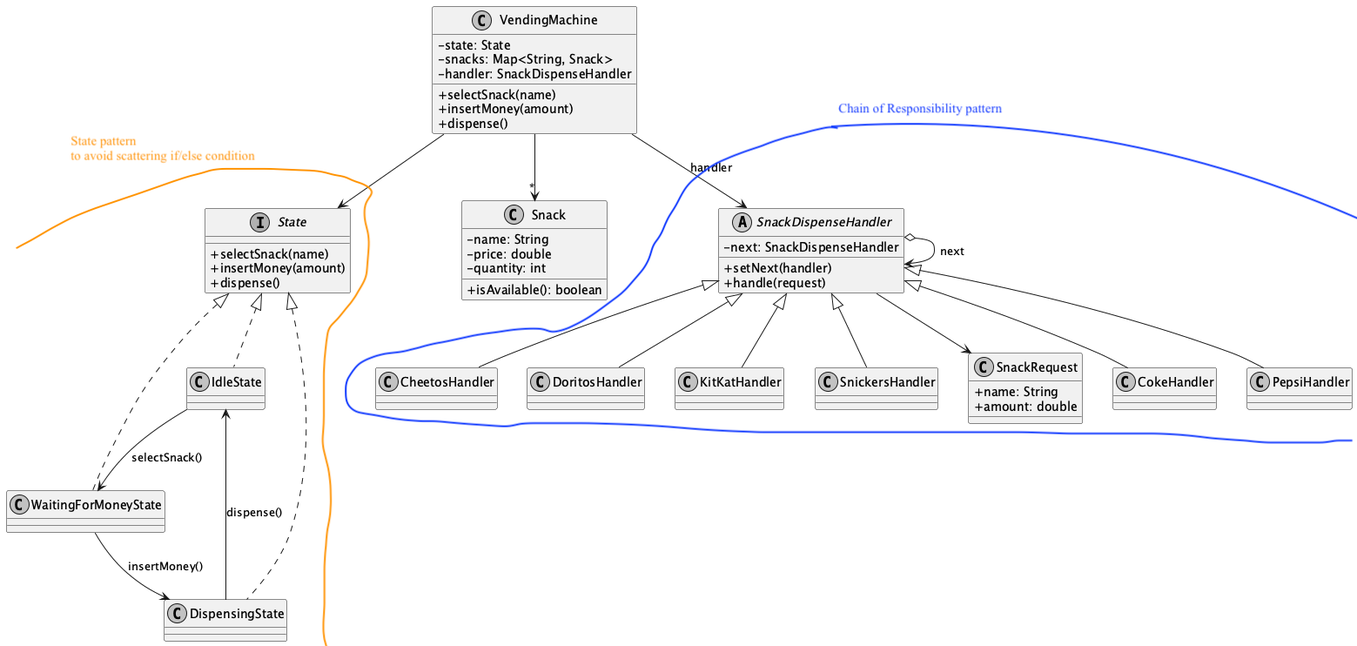
This is UML/vending_machine.png from keiakihito/CS5800-HW7, a PlantUML export, as it was before one commit. Its source is kept beside it as UML/vending_machine.puml.
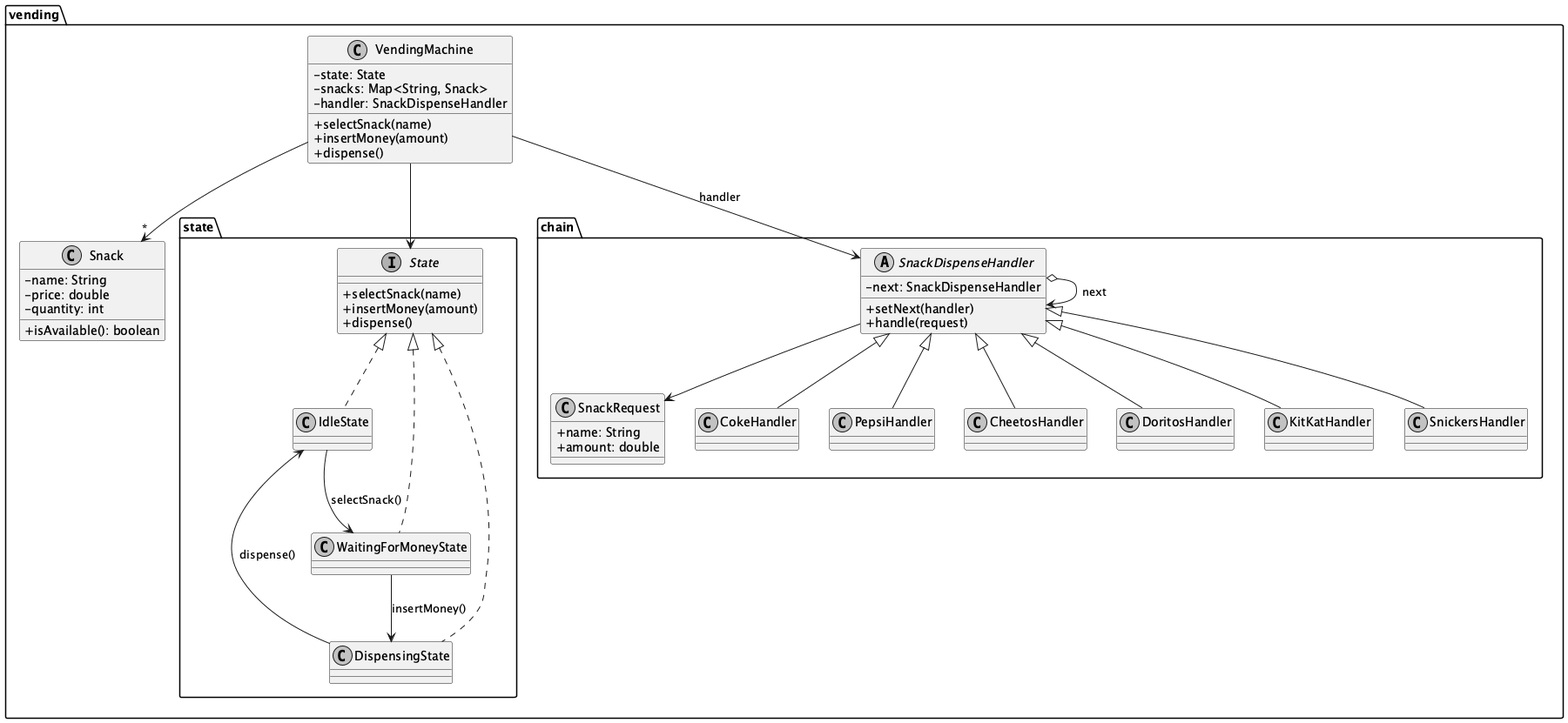
After the change.

Commit message:
[Update] vending_machine.png with sub package.

The edit, as a diff of the source:
```diff
@@ -2,49 +2,55 @@
 skinparam monochrome true
 skinparam classAttributeIconSize 0
 
-class VendingMachine {
-  -state: State
-  -snacks: Map<String, Snack>
-  -handler: SnackDispenseHandler
-  +selectSnack(name)
-  +insertMoney(amount)
-  +dispense()
+package "vending" {
+  class VendingMachine {
+    -state: State
+    -snacks: Map<String, Snack>
+    -handler: SnackDispenseHandler
+    +selectSnack(name)
+    +insertMoney(amount)
+    +dispense()
+  }
+
+  class Snack {
+    -name: String
+    -price: double
+    -quantity: int
+    +isAvailable(): boolean
+  }
 }
 
-interface State {
-  +selectSnack(name)
-  +insertMoney(amount)
-  +dispense()
+package "vending.state" {
+  interface State {
+    +selectSnack(name)
+    +insertMoney(amount)
+    +dispense()
+  }
+
+  class IdleState
+  class WaitingForMoneyState
+  class DispensingState
 }
 
-class IdleState
-class WaitingForMoneyState
-class DispensingState
+package "vending.chain" {
+  abstract class SnackDispenseHandler {
+    -next: SnackDispenseHandler
+    +setNext(handler)
+    +handle(request)
+  }
 
-class Snack {
-  -name: String
-  -price: double
-  -quantity: int
-  +isAvailable(): boolean
+  class SnackRequest {
+    +name: String
+    +amount: double
+  }
+
+  class CokeHandler
+  class PepsiHandler
+  class CheetosHandler
+  class DoritosHandler
+  class KitKatHandler
+  class SnickersHandler
 }
-
-abstract class SnackDispenseHandler {
-  -next: SnackDispenseHandler
-  +setNext(handler)
-  +handle(request)
-}
-
-class SnackRequest {
-  +name: String
-  +amount: double
-}
-
-class CokeHandler
-class PepsiHandler
-class CheetosHandler
-class DoritosHandler
-class KitKatHandler
-class SnickersHandler
 
 VendingMachine --> State
 VendingMachine --> SnackDispenseHandler : handler
```
